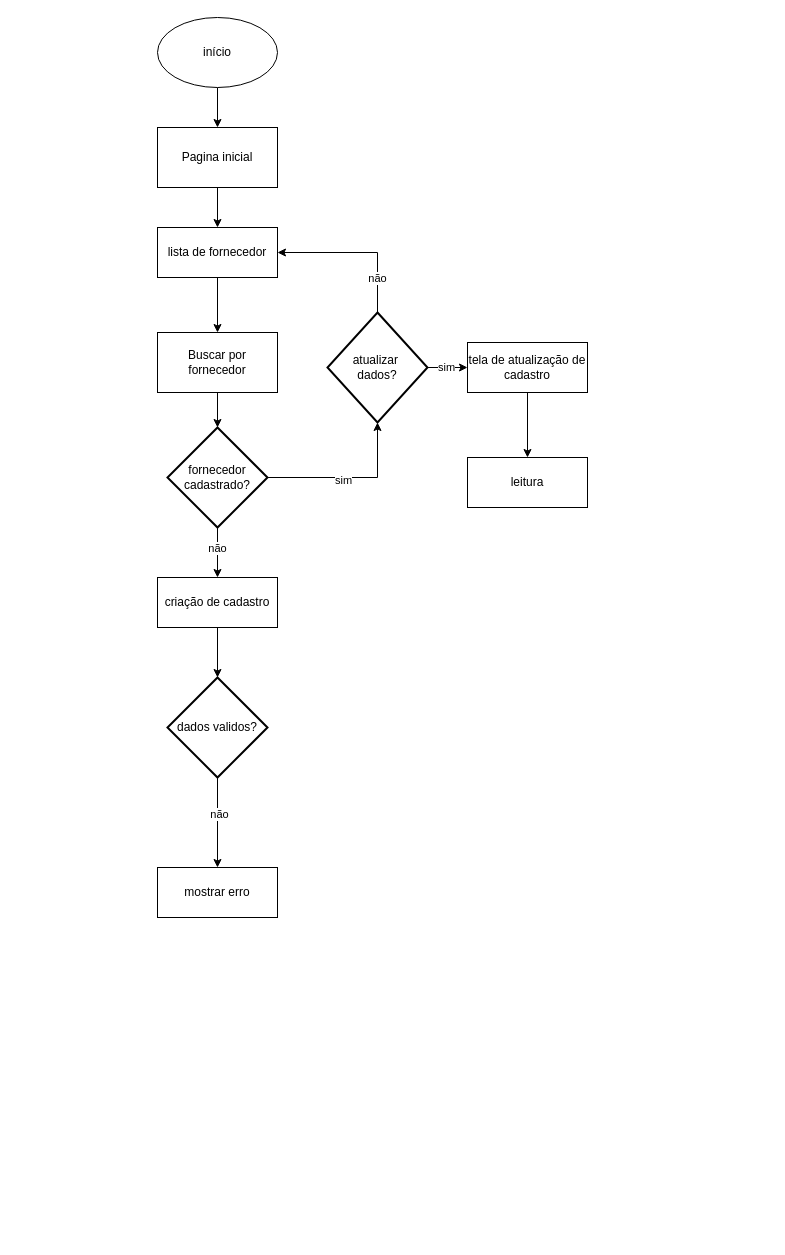
Above: doc/fluxograma3.drawio in Marigodoy26/EquipeK (draw.io), before the change. Source tidied: cells renumbered, new cells numbered last; positions are measured from the earlier drawing's top-left corner, leaving out a move shared by most shapes. Both pictures are drawn from the tidied source at 100%, with x=0, y=0 at pixel (157, 17).
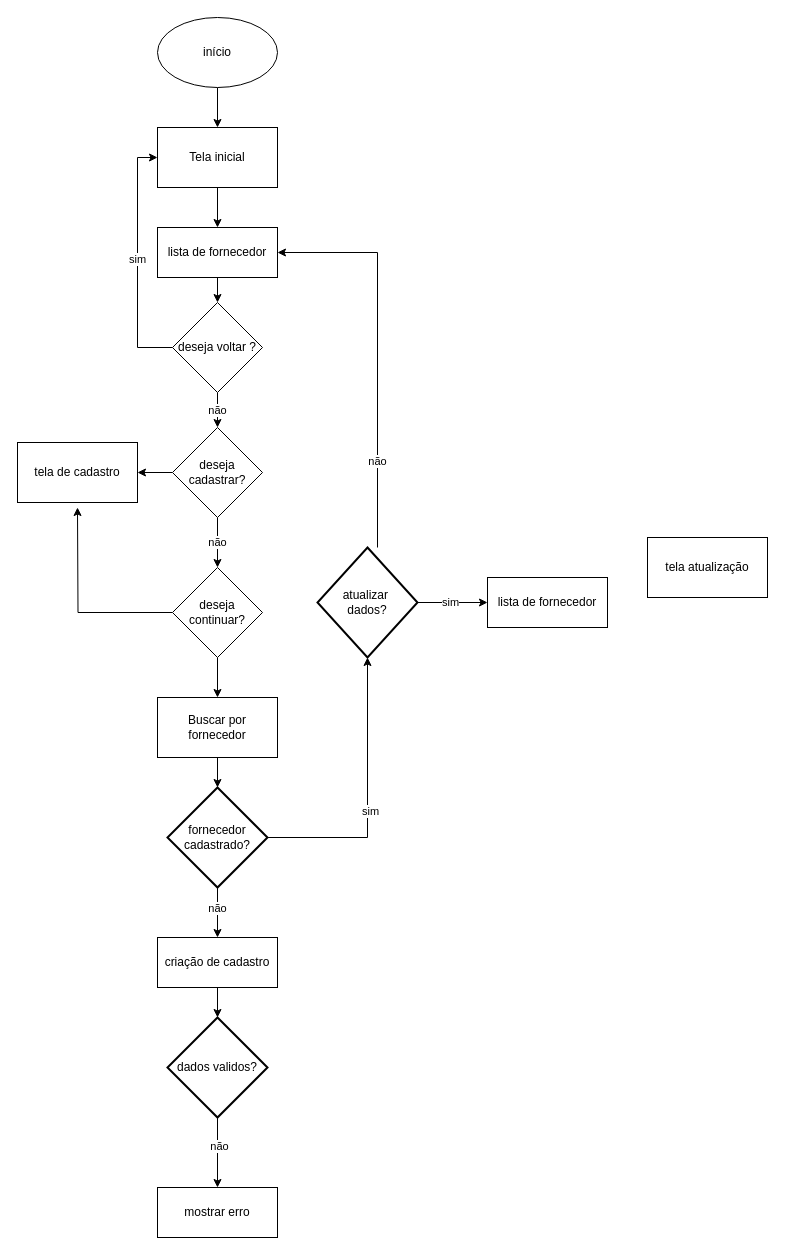
Above is the later version.

The change refers to these unchanged cells:
```xml
<mxCell id="5" value="lista de fornecedor" style="rounded=0;whiteSpace=wrap;html=1;" parent="1" vertex="1">
  <mxGeometry y="210" width="120" height="50" as="geometry" />
</mxCell>
```

Diff of the diagram source:
```diff
@@
-    <mxCell id="4" style="edgeStyle=orthogonalEdgeStyle;rounded=0;jettySize=auto;html=1;" parent="1" edge="1" source="5" target="23">
-      <mxGeometry relative="1" as="geometry" />
-    </mxCell>
+    <mxCell id="29" style="edgeStyle=orthogonalEdgeStyle;rounded=0;jettySize=auto;html=1;" parent="1" edge="1" source="5" target="33">
+      <mxGeometry relative="1" as="geometry" />
+    </mxCell>
@@
     <mxCell id="7" value="criação de cadastro" style="rounded=0;whiteSpace=wrap;html=1;" parent="1" vertex="1">
-      <mxGeometry y="560" width="120" height="50" as="geometry" />
+      <mxGeometry y="920" width="120" height="50" as="geometry" />
     </mxCell>
@@
     <mxCell id="10" value="dados validos?" style="strokeWidth=2;html=1;shape=mxgraph.flowchart.decision;whiteSpace=wrap;" parent="1" vertex="1">
-      <mxGeometry x="10" y="660" width="100" height="100" as="geometry" />
+      <mxGeometry x="10" y="1000" width="100" height="100" as="geometry" />
     </mxCell>
     <mxCell id="11" value="mostrar erro" style="rounded=0;whiteSpace=wrap;html=1;" parent="1" vertex="1">
-      <mxGeometry y="850" width="120" height="50" as="geometry" />
+      <mxGeometry y="1170" width="120" height="50" as="geometry" />
     </mxCell>
@@
     <mxCell id="16" value="atualizar&amp;nbsp;&lt;div&gt;dados?&lt;/div&gt;" style="strokeWidth=2;html=1;shape=mxgraph.flowchart.decision;whiteSpace=wrap;" parent="1" vertex="1">
-      <mxGeometry x="170" y="295" width="100" height="110" as="geometry" />
+      <mxGeometry x="160" y="530" width="100" height="110" as="geometry" />
     </mxCell>
-    <mxCell id="17" style="edgeStyle=orthogonalEdgeStyle;rounded=0;jettySize=auto;html=1;" parent="1" edge="1" source="18" target="19">
-      <mxGeometry relative="1" as="geometry" />
-    </mxCell>
-    <mxCell id="18" value="tela de atualização de cadastro" style="rounded=0;whiteSpace=wrap;html=1;" parent="1" vertex="1">
-      <mxGeometry x="310" y="325" width="120" height="50" as="geometry" />
+    <mxCell id="18" value="lista de fornecedor" style="rounded=0;whiteSpace=wrap;html=1;" parent="1" vertex="1">
+      <mxGeometry x="330" y="560" width="120" height="50" as="geometry" />
     </mxCell>
-    <mxCell id="19" value="leitura" style="rounded=0;whiteSpace=wrap;html=1;" parent="1" vertex="1">
-      <mxGeometry x="310" y="440" width="120" height="50" as="geometry" />
-    </mxCell>
@@
-    <mxCell id="21" value="Pagina inicial" style="rounded=0;whiteSpace=wrap;html=1;" parent="1" vertex="1">
+    <mxCell id="21" value="Tela inicial" style="rounded=0;whiteSpace=wrap;html=1;" parent="1" vertex="1">
       <mxGeometry y="110" width="120" height="60" as="geometry" />
     </mxCell>
@@
     <mxCell id="23" value="Buscar por fornecedor" style="rounded=0;whiteSpace=wrap;html=1;" parent="1" vertex="1">
-      <mxGeometry y="315" width="120" height="60" as="geometry" />
+      <mxGeometry y="680" width="120" height="60" as="geometry" />
     </mxCell>
@@
     <mxCell id="26" value="fornecedor cadastrado?" style="strokeWidth=2;html=1;shape=mxgraph.flowchart.decision;whiteSpace=wrap;" parent="1" vertex="1">
-      <mxGeometry x="10" y="410" width="100" height="100" as="geometry" />
+      <mxGeometry x="10" y="770" width="100" height="100" as="geometry" />
     </mxCell>
@@
+    <mxCell id="30" value="tela atualização" style="rounded=0;whiteSpace=wrap;html=1;" parent="1" vertex="1">
+      <mxGeometry x="490" y="520" width="120" height="60" as="geometry" />
+    </mxCell>
+    <mxCell id="31" value="sim" style="edgeStyle=orthogonalEdgeStyle;rounded=0;jettySize=auto;html=1;entryX=0;entryY=0.5;entryDx=0;entryDy=0;" parent="1" edge="1" source="33" target="21">
+      <mxGeometry relative="1" as="geometry">
+        <Array as="points">
+          <mxPoint x="-20" y="330" />
+          <mxPoint x="-20" y="140" />
+        </Array>
+      </mxGeometry>
+    </mxCell>
+    <mxCell id="32" value="não" style="edgeStyle=orthogonalEdgeStyle;rounded=0;jettySize=auto;html=1;" parent="1" edge="1" source="33" target="36">
+      <mxGeometry relative="1" as="geometry">
+        <Array as="points">
+          <mxPoint x="60" y="390" />
+          <mxPoint x="60" y="390" />
+        </Array>
+      </mxGeometry>
+    </mxCell>
+    <mxCell id="33" value="deseja voltar ?" style="rhombus;whiteSpace=wrap;html=1;" parent="1" vertex="1">
+      <mxGeometry x="15" y="285" width="90" height="90" as="geometry" />
+    </mxCell>
+    <mxCell id="34" value="não" style="edgeStyle=orthogonalEdgeStyle;rounded=0;jettySize=auto;html=1;" parent="1" edge="1" source="36" target="39">
+      <mxGeometry relative="1" as="geometry" />
+    </mxCell>
+    <mxCell id="35" style="edgeStyle=orthogonalEdgeStyle;rounded=0;jettySize=auto;html=1;" parent="1" edge="1" source="36" target="40">
+      <mxGeometry relative="1" as="geometry" />
+    </mxCell>
+    <mxCell id="36" value="deseja cadastrar?" style="rhombus;whiteSpace=wrap;html=1;" parent="1" vertex="1">
+      <mxGeometry x="15" y="410" width="90" height="90" as="geometry" />
+    </mxCell>
+    <mxCell id="37" style="edgeStyle=orthogonalEdgeStyle;rounded=0;jettySize=auto;html=1;" parent="1" edge="1" source="39" target="23">
+      <mxGeometry relative="1" as="geometry" />
+    </mxCell>
+    <mxCell id="38" style="edgeStyle=orthogonalEdgeStyle;rounded=0;jettySize=auto;html=1;" parent="1" edge="1" source="39">
+      <mxGeometry relative="1" as="geometry">
+        <mxPoint x="-80" y="490" as="targetPoint" />
+      </mxGeometry>
+    </mxCell>
+    <mxCell id="39" value="deseja continuar?" style="rhombus;whiteSpace=wrap;html=1;" parent="1" vertex="1">
+      <mxGeometry x="15" y="550" width="90" height="90" as="geometry" />
+    </mxCell>
+    <mxCell id="40" value="tela de cadastro" style="whiteSpace=wrap;html=1;" parent="1" vertex="1">
+      <mxGeometry x="-140" y="425" width="120" height="60" as="geometry" />
+    </mxCell>
```
